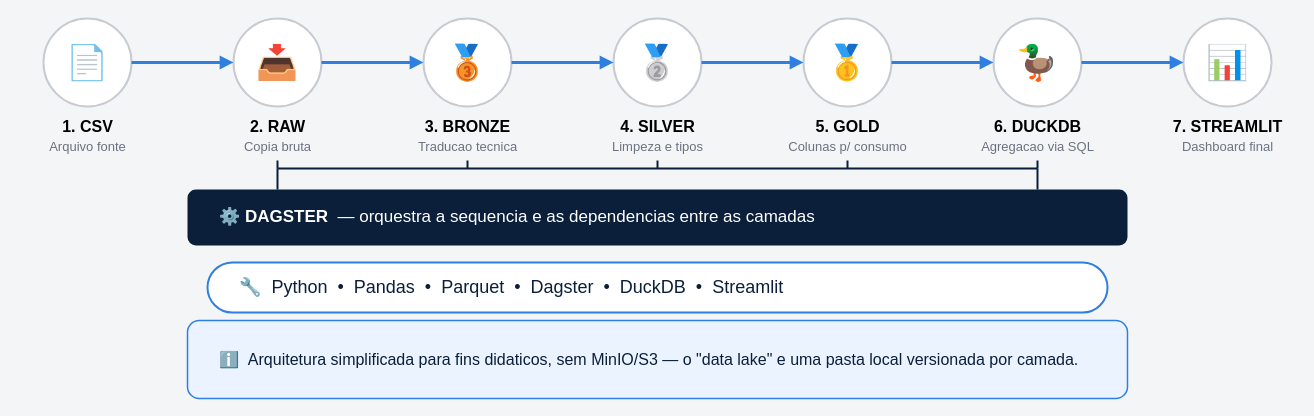
Before: Arquitetura/arquitetura_pipeline.drawio in hackelsc/mba_projeto_final_2, a draw.io diagram. Source tidied: cells renumbered, new cells numbered last; positions are measured from the earlier drawing's top-left corner, leaving out a move shared by most shapes. Both pictures are drawn from the tidied source at 100%, with x=0, y=0 at pixel (17, 18).
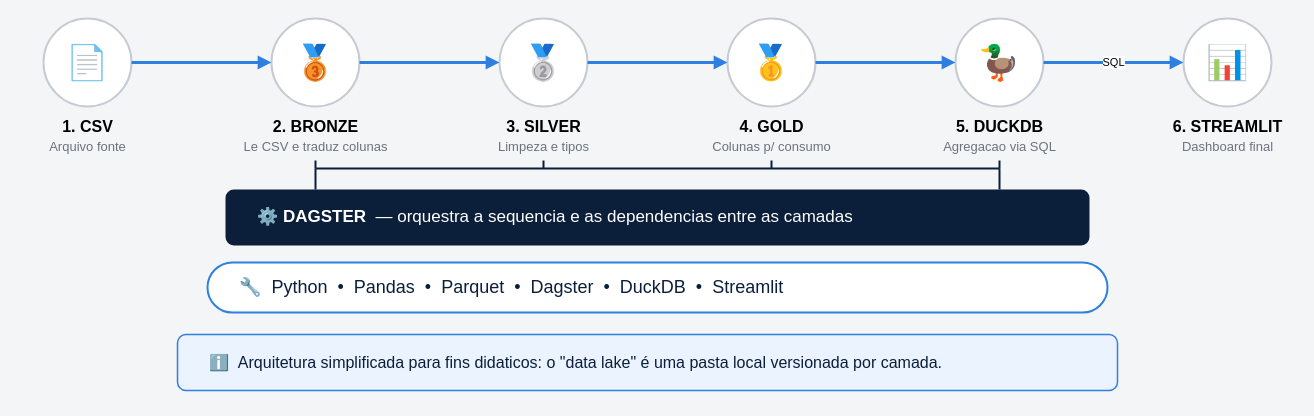
After the change.

Commit message (it also covers changes not shown here):
Atualiza gitignore, READMEs, diagrama de arquitetura e corrige definitions.py

What changed in the source:
```diff
@@
-    <mxCell id="3" value="&lt;div style=&quot;font-size:34px&quot;&gt;📥&lt;/div&gt;" style="ellipse;whiteSpace=wrap;html=1;fillColor=#ffffff;strokeColor=#c7cbd1;strokeWidth=2;align=center;verticalAlign=middle;" parent="1" vertex="1">
-      <mxGeometry x="216" width="88" height="88" as="geometry" />
+    <mxCell id="3" value="&lt;div style=&quot;font-size:34px&quot;&gt;🥉&lt;/div&gt;" style="ellipse;whiteSpace=wrap;html=1;fillColor=#ffffff;strokeColor=#c7cbd1;strokeWidth=2;align=center;verticalAlign=middle;" parent="1" vertex="1">
+      <mxGeometry x="254" width="88" height="88" as="geometry" />
     </mxCell>
-    <mxCell id="4" value="&lt;div style=&quot;font-size:34px&quot;&gt;🥉&lt;/div&gt;" style="ellipse;whiteSpace=wrap;html=1;fillColor=#ffffff;strokeColor=#c7cbd1;strokeWidth=2;align=center;verticalAlign=middle;" parent="1" vertex="1">
-      <mxGeometry x="406" width="88" height="88" as="geometry" />
+    <mxCell id="4" value="&lt;div style=&quot;font-size:34px&quot;&gt;🥈&lt;/div&gt;" style="ellipse;whiteSpace=wrap;html=1;fillColor=#ffffff;strokeColor=#c7cbd1;strokeWidth=2;align=center;verticalAlign=middle;" parent="1" vertex="1">
+      <mxGeometry x="482" width="88" height="88" as="geometry" />
     </mxCell>
-    <mxCell id="5" value="&lt;div style=&quot;font-size:34px&quot;&gt;🥈&lt;/div&gt;" style="ellipse;whiteSpace=wrap;html=1;fillColor=#ffffff;strokeColor=#c7cbd1;strokeWidth=2;align=center;verticalAlign=middle;" parent="1" vertex="1">
-      <mxGeometry x="596" width="88" height="88" as="geometry" />
+    <mxCell id="5" value="&lt;div style=&quot;font-size:34px&quot;&gt;🥇&lt;/div&gt;" style="ellipse;whiteSpace=wrap;html=1;fillColor=#ffffff;strokeColor=#c7cbd1;strokeWidth=2;align=center;verticalAlign=middle;" parent="1" vertex="1">
+      <mxGeometry x="710" width="88" height="88" as="geometry" />
     </mxCell>
-    <mxCell id="6" value="&lt;div style=&quot;font-size:34px&quot;&gt;🥇&lt;/div&gt;" style="ellipse;whiteSpace=wrap;html=1;fillColor=#ffffff;strokeColor=#c7cbd1;strokeWidth=2;align=center;verticalAlign=middle;" parent="1" vertex="1">
-      <mxGeometry x="786" width="88" height="88" as="geometry" />
+    <mxCell id="6" value="&lt;div style=&quot;font-size:34px&quot;&gt;🦆&lt;/div&gt;" style="ellipse;whiteSpace=wrap;html=1;fillColor=#ffffff;strokeColor=#c7cbd1;strokeWidth=2;align=center;verticalAlign=middle;" parent="1" vertex="1">
+      <mxGeometry x="938" width="88" height="88" as="geometry" />
     </mxCell>
-    <mxCell id="7" value="&lt;div style=&quot;font-size:34px&quot;&gt;🦆&lt;/div&gt;" style="ellipse;whiteSpace=wrap;html=1;fillColor=#ffffff;strokeColor=#c7cbd1;strokeWidth=2;align=center;verticalAlign=middle;" parent="1" vertex="1">
-      <mxGeometry x="976" width="88" height="88" as="geometry" />
+    <mxCell id="7" value="&lt;div style=&quot;font-size:34px&quot;&gt;📊&lt;/div&gt;" style="ellipse;whiteSpace=wrap;html=1;fillColor=#ffffff;strokeColor=#c7cbd1;strokeWidth=2;align=center;verticalAlign=middle;" parent="1" vertex="1">
+      <mxGeometry x="1166" width="88" height="88" as="geometry" />
     </mxCell>
-    <mxCell id="8" value="&lt;div style=&quot;font-size:34px&quot;&gt;📊&lt;/div&gt;" style="ellipse;whiteSpace=wrap;html=1;fillColor=#ffffff;strokeColor=#c7cbd1;strokeWidth=2;align=center;verticalAlign=middle;" parent="1" vertex="1">
-      <mxGeometry x="1166" width="88" height="88" as="geometry" />
-    </mxCell>
@@
-    <mxCell id="10" value="&lt;b&gt;2. RAW&lt;/b&gt;&lt;br&gt;&lt;span style=&quot;font-size:13px;color:#6b7280&quot;&gt;Copia bruta&lt;/span&gt;" style="text;html=1;align=center;verticalAlign=top;fontSize=16;" parent="1" vertex="1">
-      <mxGeometry x="190" y="92" width="140" height="50" as="geometry" />
+    <mxCell id="10" value="&lt;b&gt;2. BRONZE&lt;/b&gt;&lt;br&gt;&lt;span style=&quot;font-size:13px;color:#6b7280&quot;&gt;Le CSV e traduz colunas&lt;/span&gt;" style="text;html=1;align=center;verticalAlign=top;fontSize=16;" parent="1" vertex="1">
+      <mxGeometry x="228" y="92" width="140" height="50" as="geometry" />
     </mxCell>
-    <mxCell id="11" value="&lt;b&gt;3. BRONZE&lt;/b&gt;&lt;br&gt;&lt;span style=&quot;font-size:13px;color:#6b7280&quot;&gt;Traducao tecnica&lt;/span&gt;" style="text;html=1;align=center;verticalAlign=top;fontSize=16;" parent="1" vertex="1">
-      <mxGeometry x="380" y="92" width="140" height="50" as="geometry" />
+    <mxCell id="11" value="&lt;b&gt;3. SILVER&lt;/b&gt;&lt;br&gt;&lt;span style=&quot;font-size:13px;color:#6b7280&quot;&gt;Limpeza e tipos&lt;/span&gt;" style="text;html=1;align=center;verticalAlign=top;fontSize=16;" parent="1" vertex="1">
+      <mxGeometry x="456" y="92" width="140" height="50" as="geometry" />
     </mxCell>
-    <mxCell id="12" value="&lt;b&gt;4. SILVER&lt;/b&gt;&lt;br&gt;&lt;span style=&quot;font-size:13px;color:#6b7280&quot;&gt;Limpeza e tipos&lt;/span&gt;" style="text;html=1;align=center;verticalAlign=top;fontSize=16;" parent="1" vertex="1">
-      <mxGeometry x="570" y="92" width="140" height="50" as="geometry" />
+    <mxCell id="12" value="&lt;b&gt;4. GOLD&lt;/b&gt;&lt;br&gt;&lt;span style=&quot;font-size:13px;color:#6b7280&quot;&gt;Colunas p/ consumo&lt;/span&gt;" style="text;html=1;align=center;verticalAlign=top;fontSize=16;" parent="1" vertex="1">
+      <mxGeometry x="684" y="92" width="140" height="50" as="geometry" />
     </mxCell>
-    <mxCell id="13" value="&lt;b&gt;5. GOLD&lt;/b&gt;&lt;br&gt;&lt;span style=&quot;font-size:13px;color:#6b7280&quot;&gt;Colunas p/ consumo&lt;/span&gt;" style="text;html=1;align=center;verticalAlign=top;fontSize=16;" parent="1" vertex="1">
-      <mxGeometry x="760" y="92" width="140" height="50" as="geometry" />
+    <mxCell id="13" value="&lt;b&gt;5. DUCKDB&lt;/b&gt;&lt;br&gt;&lt;span style=&quot;font-size:13px;color:#6b7280&quot;&gt;Agregacao via SQL&lt;/span&gt;" style="text;html=1;align=center;verticalAlign=top;fontSize=16;" parent="1" vertex="1">
+      <mxGeometry x="912" y="92" width="140" height="50" as="geometry" />
     </mxCell>
-    <mxCell id="14" value="&lt;b&gt;6. DUCKDB&lt;/b&gt;&lt;br&gt;&lt;span style=&quot;font-size:13px;color:#6b7280&quot;&gt;Agregacao via SQL&lt;/span&gt;" style="text;html=1;align=center;verticalAlign=top;fontSize=16;" parent="1" vertex="1">
-      <mxGeometry x="950" y="92" width="140" height="50" as="geometry" />
+    <mxCell id="14" value="&lt;b&gt;6. STREAMLIT&lt;/b&gt;&lt;br&gt;&lt;span style=&quot;font-size:13px;color:#6b7280&quot;&gt;Dashboard final&lt;/span&gt;" style="text;html=1;align=center;verticalAlign=top;fontSize=16;" parent="1" vertex="1">
+      <mxGeometry x="1140" y="92" width="140" height="50" as="geometry" />
     </mxCell>
-    <mxCell id="15" value="&lt;b&gt;7. STREAMLIT&lt;/b&gt;&lt;br&gt;&lt;span style=&quot;font-size:13px;color:#6b7280&quot;&gt;Dashboard final&lt;/span&gt;" style="text;html=1;align=center;verticalAlign=top;fontSize=16;" parent="1" vertex="1">
-      <mxGeometry x="1140" y="92" width="140" height="50" as="geometry" />
-    </mxCell>
@@
-    <mxCell id="20" style="edgeStyle=none;rounded=0;html=1;strokeColor=#2f7fe0;strokeWidth=3;endArrow=block;endFill=1;" parent="1" edge="1" source="6" target="7">
+    <mxCell id="20" value="SQL" style="edgeStyle=none;rounded=0;html=1;strokeColor=#2f7fe0;strokeWidth=3;endArrow=block;endFill=1;fontSize=11;" parent="1" edge="1" source="6" target="7">
       <mxGeometry relative="1" as="geometry" />
     </mxCell>
-    <mxCell id="21" style="edgeStyle=none;rounded=0;html=1;strokeColor=#2f7fe0;strokeWidth=3;endArrow=block;endFill=1;" parent="1" edge="1" source="7" target="8">
-      <mxGeometry relative="1" as="geometry" />
-    </mxCell>
     <mxCell id="22" style="edgeStyle=none;html=1;endArrow=none;strokeColor=#0b1f3a;strokeWidth=2;" parent="1" edge="1">
       <mxGeometry relative="1" as="geometry">
-        <mxPoint x="260" y="150" as="sourcePoint" />
-        <mxPoint x="1020" y="150" as="targetPoint" />
+        <mxPoint x="298" y="150" as="sourcePoint" />
+        <mxPoint x="982" y="150" as="targetPoint" />
       </mxGeometry>
     </mxCell>
     <mxCell id="23" style="edgeStyle=none;html=1;endArrow=none;strokeColor=#0b1f3a;strokeWidth=2;" parent="1" edge="1">
       <mxGeometry relative="1" as="geometry">
-        <mxPoint x="260" y="142" as="sourcePoint" />
-        <mxPoint x="260" y="150" as="targetPoint" />
+        <mxPoint x="298" y="142" as="sourcePoint" />
+        <mxPoint x="298" y="150" as="targetPoint" />
       </mxGeometry>
     </mxCell>
     <mxCell id="24" style="edgeStyle=none;html=1;endArrow=none;strokeColor=#0b1f3a;strokeWidth=2;" parent="1" edge="1">
       <mxGeometry relative="1" as="geometry">
-        <mxPoint x="450" y="142" as="sourcePoint" />
-        <mxPoint x="450" y="150" as="targetPoint" />
+        <mxPoint x="526" y="142" as="sourcePoint" />
+        <mxPoint x="526" y="150" as="targetPoint" />
       </mxGeometry>
     </mxCell>
     <mxCell id="25" style="edgeStyle=none;html=1;endArrow=none;strokeColor=#0b1f3a;strokeWidth=2;" parent="1" edge="1">
       <mxGeometry relative="1" as="geometry">
-        <mxPoint x="640" y="142" as="sourcePoint" />
-        <mxPoint x="640" y="150" as="targetPoint" />
+        <mxPoint x="754" y="142" as="sourcePoint" />
+        <mxPoint x="754" y="150" as="targetPoint" />
       </mxGeometry>
     </mxCell>
     <mxCell id="26" style="edgeStyle=none;html=1;endArrow=none;strokeColor=#0b1f3a;strokeWidth=2;" parent="1" edge="1">
       <mxGeometry relative="1" as="geometry">
-        <mxPoint x="830" y="142" as="sourcePoint" />
-        <mxPoint x="830" y="150" as="targetPoint" />
+        <mxPoint x="982" y="142" as="sourcePoint" />
+        <mxPoint x="982" y="150" as="targetPoint" />
       </mxGeometry>
     </mxCell>
     <mxCell id="27" style="edgeStyle=none;html=1;endArrow=none;strokeColor=#0b1f3a;strokeWidth=2;" parent="1" edge="1">
       <mxGeometry relative="1" as="geometry">
-        <mxPoint x="1020" y="142" as="sourcePoint" />
-        <mxPoint x="1020" y="150" as="targetPoint" />
+        <mxPoint x="298" y="150" as="sourcePoint" />
+        <mxPoint x="298" y="171" as="targetPoint" />
       </mxGeometry>
     </mxCell>
     <mxCell id="28" style="edgeStyle=none;html=1;endArrow=none;strokeColor=#0b1f3a;strokeWidth=2;" parent="1" edge="1">
       <mxGeometry relative="1" as="geometry">
-        <mxPoint x="260" y="150" as="sourcePoint" />
-        <mxPoint x="260" y="171" as="targetPoint" />
+        <mxPoint x="982" y="150" as="sourcePoint" />
+        <mxPoint x="982" y="171" as="targetPoint" />
       </mxGeometry>
     </mxCell>
-    <mxCell id="29" style="edgeStyle=none;html=1;endArrow=none;strokeColor=#0b1f3a;strokeWidth=2;" parent="1" edge="1">
-      <mxGeometry relative="1" as="geometry">
-        <mxPoint x="1020" y="150" as="sourcePoint" />
-        <mxPoint x="1020" y="171" as="targetPoint" />
-      </mxGeometry>
-    </mxCell>
     <mxCell id="30" value="&lt;b&gt;⚙️ DAGSTER&lt;/b&gt;&amp;nbsp;&amp;nbsp;— orquestra a sequencia e as dependencias entre as camadas" style="rounded=1;whiteSpace=wrap;html=1;fillColor=#0b1f3a;strokeColor=none;fontColor=#ffffff;fontSize=17;align=left;verticalAlign=middle;spacingLeft=30;arcSize=15;" parent="1" vertex="1">
-      <mxGeometry x="170" y="171" width="940" height="56" as="geometry" />
+      <mxGeometry x="208" y="171" width="864" height="56" as="geometry" />
     </mxCell>
@@
-    <mxCell id="32" value="ℹ️&amp;nbsp;&amp;nbsp;Arquitetura simplificada para fins didaticos, sem MinIO/S3 — o &amp;quot;data lake&amp;quot; e uma pasta local versionada por camada." style="rounded=1;whiteSpace=wrap;html=1;fillColor=#eaf3ff;strokeColor=#2f7fe0;strokeWidth=1.5;fontColor=#0b1f3a;fontSize=16;align=left;verticalAlign=middle;spacingLeft=30;spacingRight=20;" parent="1" vertex="1">
-      <mxGeometry x="170" y="302" width="940" height="78" as="geometry" />
+    <mxCell id="32" value="ℹ️&amp;nbsp;&amp;nbsp;Arquitetura simplificada para fins didaticos: o &quot;data lake&quot; é uma pasta local versionada por camada." style="rounded=1;whiteSpace=wrap;html=1;fillColor=#eaf3ff;strokeColor=#2f7fe0;strokeWidth=1.5;fontColor=#0b1f3a;fontSize=16;align=left;verticalAlign=middle;spacingLeft=30;spacingRight=20;" parent="1" vertex="1">
+      <mxGeometry x="160" y="316" width="940" height="56" as="geometry" />
     </mxCell>
```
